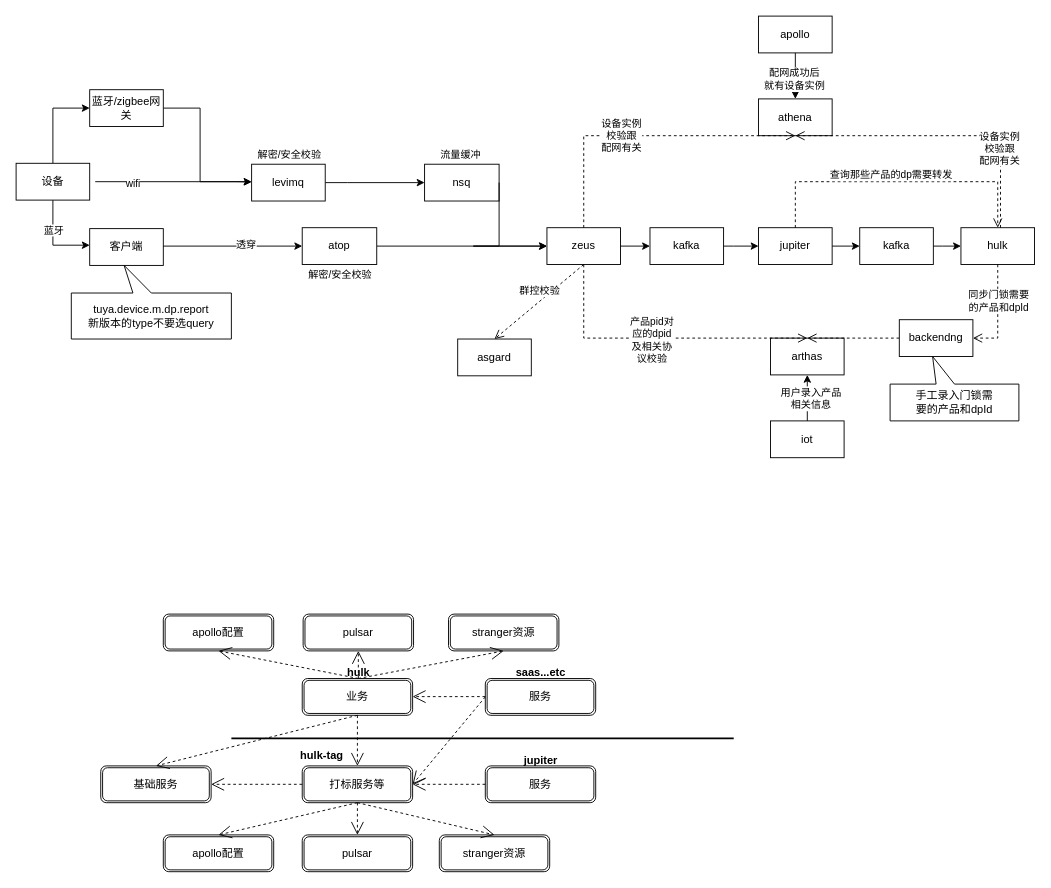
javacoderinhz/img keeps this draw.io diagram as Untitled Diagram.drawio. Above is the earlier version. Source tidied: cells renumbered, new cells numbered last; positions are measured from the earlier drawing's top-left corner, leaving out a move shared by most shapes. Both pictures are drawn from the tidied source at 92%, with x=0, y=0 at pixel (16, 16).
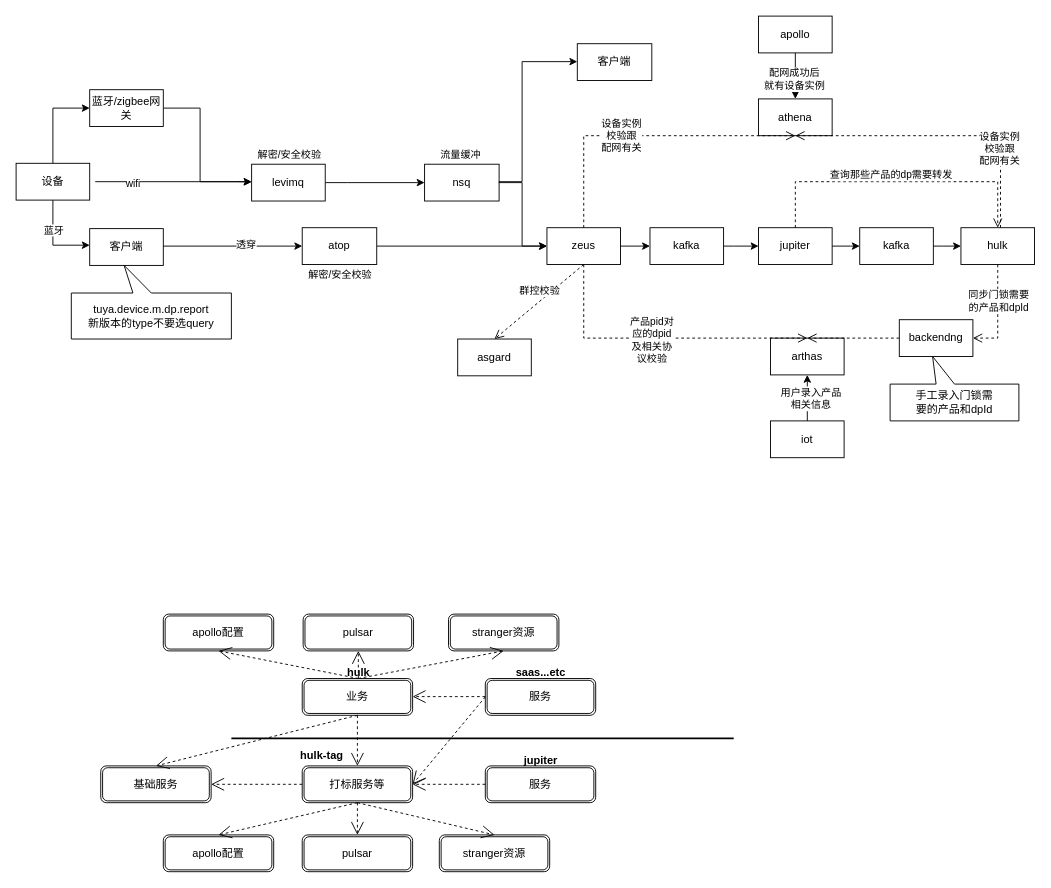
After the change.

Unchanged cells that the change refers to:
```xml
<mxCell id="4" value="zeus" style="rounded=0;whiteSpace=wrap;html=1;" parent="1" vertex="1">
  <mxGeometry x="577" y="230" width="80" height="40" as="geometry" />
</mxCell>
<mxCell id="19" value="nsq" style="whiteSpace=wrap;html=1;rounded=0;" parent="1" vertex="1">
  <mxGeometry x="444" y="161" width="81" height="40" as="geometry" />
</mxCell>
```

What changed in the source:
```diff
@@
     <mxCell id="20" style="edgeStyle=orthogonalEdgeStyle;rounded=0;jettySize=auto;html=1;entryX=0;entryY=0.5;entryDx=0;entryDy=0;exitX=1;exitY=0.5;exitDx=0;exitDy=0;" parent="1" edge="1" source="19" target="4">
       <mxGeometry relative="1" as="geometry">
         <Array as="points">
-          <mxPoint x="497" y="250" />
-          <mxPoint x="497" y="250" />
+          <mxPoint x="550" y="181" />
+          <mxPoint x="550" y="250" />
         </Array>
       </mxGeometry>
     </mxCell>
@@
+    <mxCell id="82" value="客户端" style="whiteSpace=wrap;html=1;rounded=0;" parent="1" vertex="1">
+      <mxGeometry x="610" y="30" width="81" height="40" as="geometry" />
+    </mxCell>
+    <mxCell id="83" style="edgeStyle=orthogonalEdgeStyle;rounded=0;jettySize=auto;html=1;entryX=0;entryY=0.5;entryDx=0;entryDy=0;exitX=1;exitY=0.5;exitDx=0;exitDy=0;" parent="1" edge="1" source="19">
+      <mxGeometry relative="1" as="geometry">
+        <mxPoint x="610" y="49.5" as="targetPoint" />
+        <Array as="points">
+          <mxPoint x="525" y="180" />
+          <mxPoint x="550" y="180" />
+          <mxPoint x="550" y="50" />
+        </Array>
+      </mxGeometry>
+    </mxCell>
```
